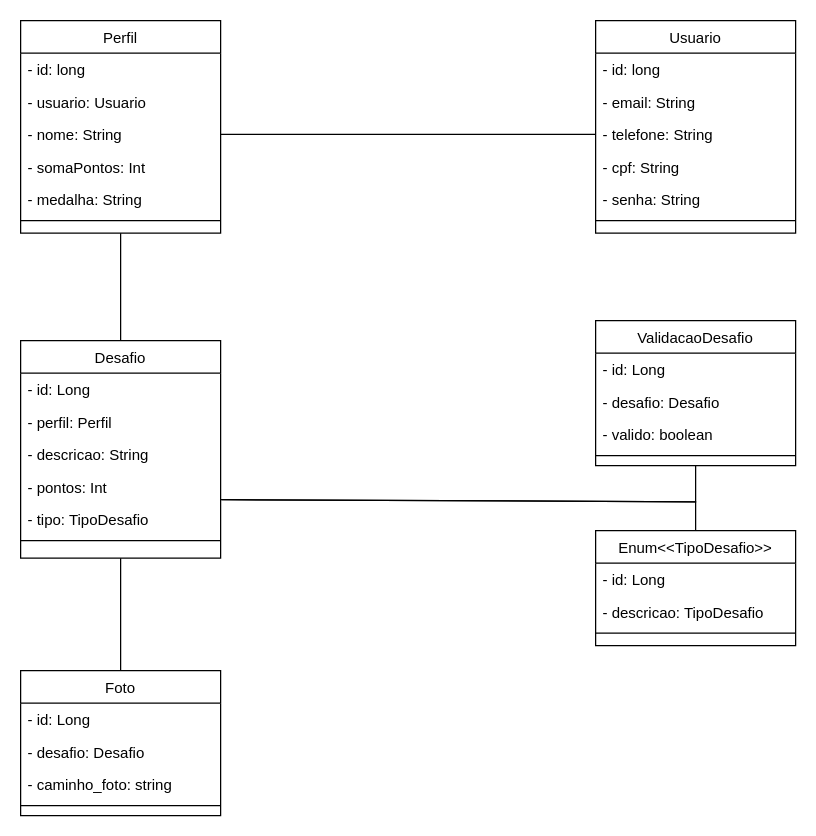
This is informacoes/diagrama-de-classes/BlueHope.drawio from Santlago/BlueHope, a draw.io file, before an edit. Source tidied: cells renumbered, new cells numbered last; positions are measured from the earlier drawing's top-left corner, leaving out a move shared by most shapes. Both pictures are drawn from the tidied source at 125%, with x=0, y=0 at pixel (20, 20).
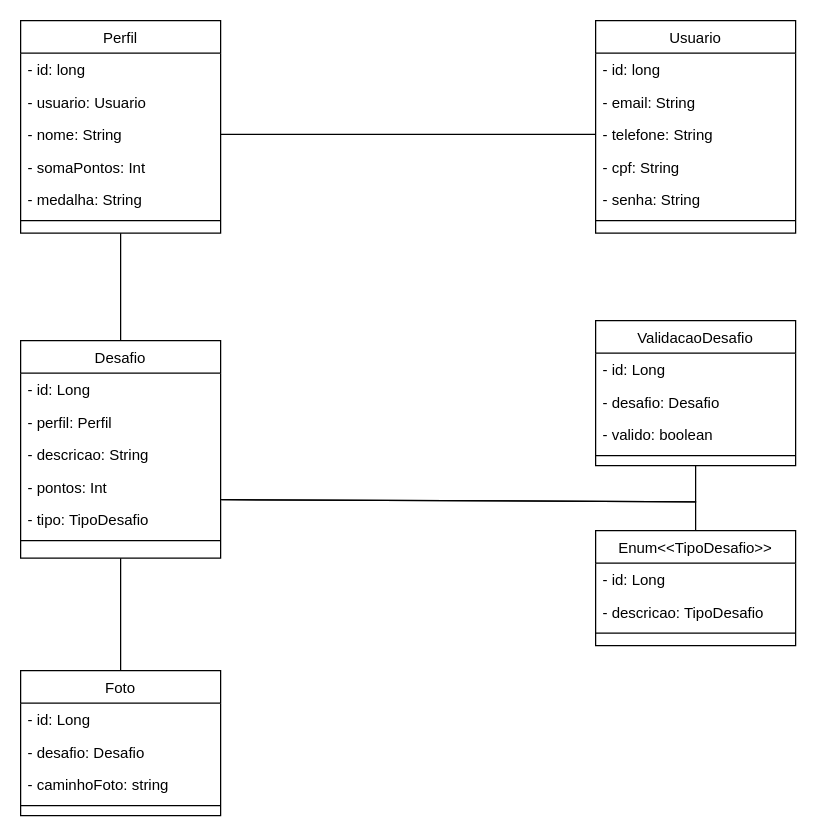
After the change.

Commit message (it also covers changes not shown here):
feat: teste-de-endpoints

Unchanged cells that the change refers to:
```xml
<mxCell id="27" value="Foto" style="swimlane;fontStyle=0;align=center;verticalAlign=top;horizontal=1;startSize=26;rounded=0;shadow=0;strokeWidth=1;" parent="1" vertex="1">
  <mxGeometry y="520" width="160" height="116" as="geometry" />
</mxCell>
```

What changed in the source:
```diff
@@
-    <mxCell id="30" value="- caminho_foto: string" style="text;align=left;verticalAlign=top;spacingLeft=4;spacingRight=4;overflow=hidden;rounded=0;shadow=0;html=0;" parent="27" vertex="1">
+    <mxCell id="30" value="- caminhoFoto: string" style="text;align=left;verticalAlign=top;spacingLeft=4;spacingRight=4;overflow=hidden;rounded=0;shadow=0;html=0;" parent="27" vertex="1">
       <mxGeometry y="78" width="160" height="26" as="geometry" />
     </mxCell>
```
